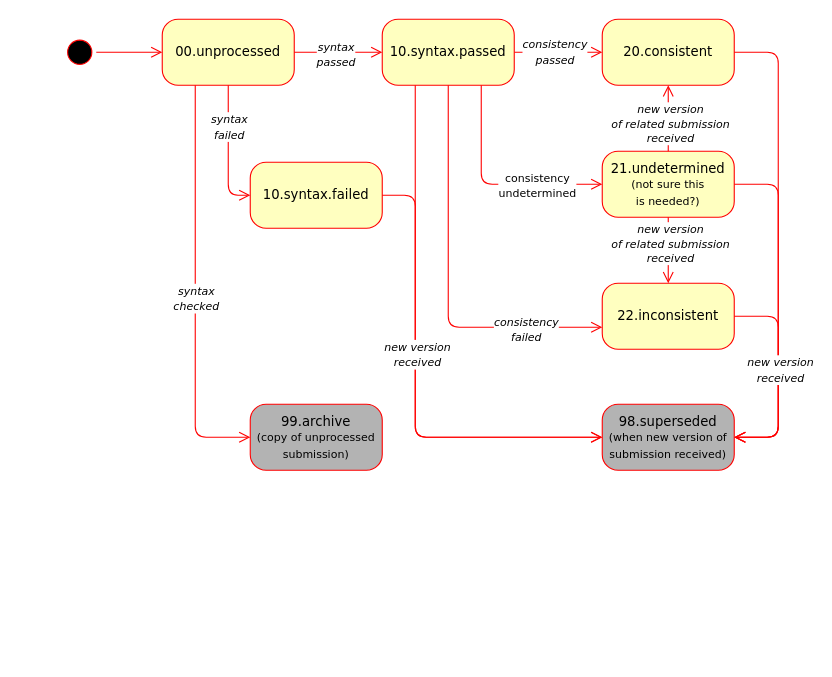
This is submission_statechart.drawio from frankcnng/consistency, a draw.io file, before an edit. Source tidied: cells renumbered, new cells numbered last; positions are measured from the earlier drawing's top-left corner, leaving out a move shared by most shapes. Both pictures are drawn from the tidied source at 110%, with x=0, y=0 at pixel (63, 19).
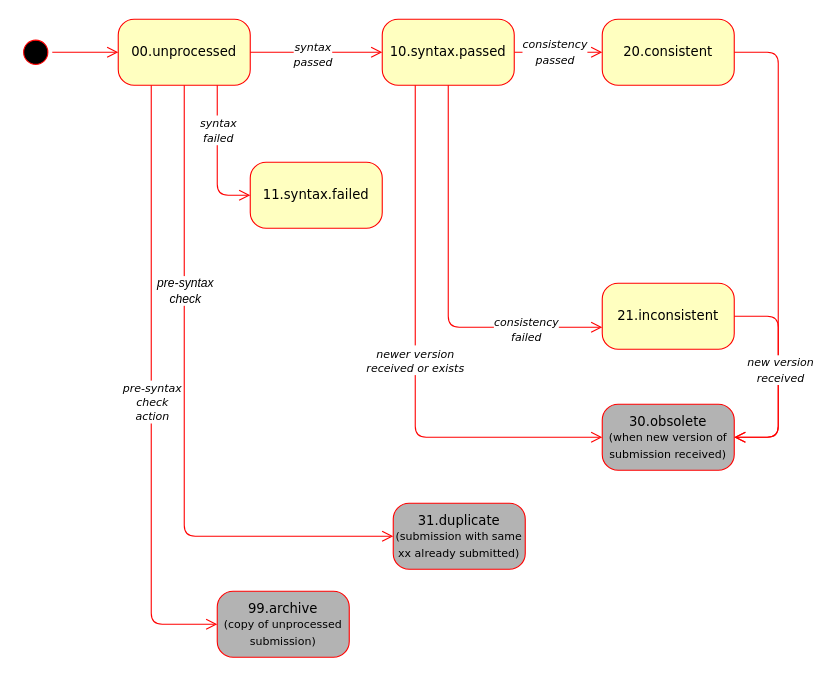
After the change.

The change refers to these unchanged cells:
```xml
<mxCell id="7" value="10.syntax.passed" style="rounded=1;whiteSpace=wrap;html=1;arcSize=24;fillColor=#ffffc0;strokeColor=#ff0000;shadow=0;comic=0;labelBackgroundColor=none;fontFamily=Verdana;fontSize=12;fontColor=#000000;align=center;" parent="1" vertex="1">
  <mxGeometry x="290" width="120" height="60" as="geometry" />
</mxCell>
<mxCell id="10" value="20.consistent" style="rounded=1;whiteSpace=wrap;html=1;arcSize=24;fillColor=#ffffc0;strokeColor=#ff0000;shadow=0;comic=0;labelBackgroundColor=none;fontFamily=Verdana;fontSize=12;fontColor=#000000;align=center;" parent="1" vertex="1">
  <mxGeometry x="490" width="120" height="60" as="geometry" />
</mxCell>
```

Diff of the diagram source:
```diff
@@
     <mxCell id="2" style="ellipse;html=1;shape=startState;fillColor=#000000;strokeColor=#ff0000;rounded=1;shadow=0;comic=0;labelBackgroundColor=none;fontFamily=Verdana;fontSize=12;fontColor=#000000;align=center;direction=south;" parent="1" vertex="1">
-      <mxGeometry y="15" width="30" height="30" as="geometry" />
+      <mxGeometry x="-40" y="15" width="30" height="30" as="geometry" />
     </mxCell>
-    <mxCell id="3" value="22.inconsistent" style="rounded=1;whiteSpace=wrap;html=1;arcSize=24;fillColor=#ffffc0;strokeColor=#ff0000;shadow=0;comic=0;labelBackgroundColor=none;fontFamily=Verdana;fontSize=12;fontColor=#000000;align=center;" parent="1" vertex="1">
+    <mxCell id="3" value="21.inconsistent" style="rounded=1;whiteSpace=wrap;html=1;arcSize=24;fillColor=#ffffc0;strokeColor=#ff0000;shadow=0;comic=0;labelBackgroundColor=none;fontFamily=Verdana;fontSize=12;fontColor=#000000;align=center;" parent="1" vertex="1">
       <mxGeometry x="490" y="240" width="120" height="60" as="geometry" />
     </mxCell>
     <mxCell id="4" value="00.unprocessed" style="rounded=1;whiteSpace=wrap;html=1;arcSize=24;fillColor=#ffffc0;strokeColor=#ff0000;shadow=0;comic=0;labelBackgroundColor=none;fontFamily=Verdana;fontSize=12;fontColor=#000000;align=center;" parent="1" vertex="1">
-      <mxGeometry x="90" width="120" height="60" as="geometry" />
+      <mxGeometry x="50" width="120" height="60" as="geometry" />
     </mxCell>
@@
-    <mxCell id="8" style="edgeStyle=elbowEdgeStyle;html=1;labelBackgroundColor=none;endArrow=open;endSize=8;strokeColor=#ff0000;fontFamily=Verdana;fontSize=12;align=left;entryX=0;entryY=0.5;entryDx=0;entryDy=0;" parent="1" edge="1" target="11">
-      <mxGeometry relative="1" as="geometry">
-        <mxPoint x="380" y="60" as="sourcePoint" />
-        <Array as="points">
-          <mxPoint x="380" y="150" />
-        </Array>
-      </mxGeometry>
-    </mxCell>
-    <mxCell id="9" value="&lt;font face=&quot;Verdana&quot; style=&quot;font-size: 10px;&quot;&gt;consistency&lt;/font&gt;&lt;div&gt;&lt;font face=&quot;Verdana&quot; style=&quot;font-size: 10px;&quot;&gt;undetermined&lt;/font&gt;&lt;/div&gt;" style="edgeLabel;html=1;align=center;verticalAlign=middle;" parent="8" vertex="1">
-      <mxGeometry x="0.2" relative="1" as="geometry">
-        <mxPoint x="20" as="offset" />
-      </mxGeometry>
-    </mxCell>
@@
-    <mxCell id="11" value="21.undetermined &lt;font style=&quot;font-size: 10px;&quot;&gt;(not sure this&lt;br&gt;is needed?)&lt;/font&gt;" style="rounded=1;whiteSpace=wrap;html=1;arcSize=24;fillColor=#ffffc0;strokeColor=#ff0000;shadow=0;comic=0;labelBackgroundColor=none;fontFamily=Verdana;fontSize=12;fontColor=#000000;align=center;" parent="1" vertex="1">
-      <mxGeometry x="490" y="120" width="120" height="60" as="geometry" />
-    </mxCell>
@@
-    <mxCell id="13" style="edgeStyle=orthogonalEdgeStyle;html=1;labelBackgroundColor=none;endArrow=open;endSize=8;strokeColor=#ff0000;fontFamily=Verdana;fontSize=12;align=left;entryX=0;entryY=0.5;" parent="1" edge="1" source="4" target="7">
-      <mxGeometry relative="1" as="geometry">
-        <Array as="points">
-          <mxPoint x="260" y="30" />
-          <mxPoint x="260" y="30" />
-        </Array>
-      </mxGeometry>
+    <mxCell id="13" style="edgeStyle=orthogonalEdgeStyle;html=1;labelBackgroundColor=none;endArrow=open;endSize=8;strokeColor=#ff0000;fontFamily=Verdana;fontSize=12;align=left;entryX=0;entryY=0.5;exitX=1;exitY=0.5;exitDx=0;exitDy=0;" parent="1" edge="1" source="4" target="7">
+      <mxGeometry relative="1" as="geometry" />
     </mxCell>
@@
-    <mxCell id="17" value="10.syntax.failed" style="rounded=1;whiteSpace=wrap;html=1;arcSize=24;fillColor=#ffffc0;strokeColor=#ff0000;shadow=0;comic=0;labelBackgroundColor=none;fontFamily=Verdana;fontSize=12;fontColor=#000000;align=center;" parent="1" vertex="1">
+    <mxCell id="17" value="11.syntax.failed" style="rounded=1;whiteSpace=wrap;html=1;arcSize=24;fillColor=#ffffc0;strokeColor=#ff0000;shadow=0;comic=0;labelBackgroundColor=none;fontFamily=Verdana;fontSize=12;fontColor=#000000;align=center;" parent="1" vertex="1">
       <mxGeometry x="170" y="130" width="120" height="60" as="geometry" />
     </mxCell>
-    <mxCell id="18" style="edgeStyle=orthogonalEdgeStyle;html=1;labelBackgroundColor=none;endArrow=open;endSize=8;strokeColor=#ff0000;fontFamily=Verdana;fontSize=12;align=left;" parent="1" edge="1" source="4" target="17">
+    <mxCell id="18" style="edgeStyle=orthogonalEdgeStyle;html=1;labelBackgroundColor=none;endArrow=open;endSize=8;strokeColor=#ff0000;fontFamily=Verdana;fontSize=12;align=left;exitX=0.75;exitY=1;exitDx=0;exitDy=0;" parent="1" edge="1" source="4" target="17">
       <mxGeometry relative="1" as="geometry">
         <Array as="points">
-          <mxPoint x="150" y="160" />
+          <mxPoint x="140" y="160" />
         </Array>
       </mxGeometry>
     </mxCell>
@@
     <mxCell id="20" value="&lt;font style=&quot;font-size: 12px;&quot;&gt;99.archive&lt;/font&gt;&lt;div&gt;&lt;font style=&quot;font-size: 10px;&quot;&gt;(copy of unprocessed submission)&lt;/font&gt;&lt;/div&gt;" style="rounded=1;whiteSpace=wrap;html=1;arcSize=24;fillColor=#B3B3B3;strokeColor=#ff0000;shadow=0;comic=0;labelBackgroundColor=none;fontFamily=Verdana;fontSize=12;fontColor=#000000;align=center;" parent="1" vertex="1">
-      <mxGeometry x="170" y="350" width="120" height="60" as="geometry" />
+      <mxGeometry x="140" y="520" width="120" height="60" as="geometry" />
     </mxCell>
-    <mxCell id="21" value="&lt;font style=&quot;font-size: 12px;&quot;&gt;98.superseded&lt;/font&gt;&lt;div&gt;&lt;font style=&quot;font-size: 10px;&quot;&gt;(when new version of submission received)&lt;/font&gt;&lt;/div&gt;" style="rounded=1;whiteSpace=wrap;html=1;arcSize=24;fillColor=#B3B3B3;strokeColor=#ff0000;shadow=0;comic=0;labelBackgroundColor=none;fontFamily=Verdana;fontSize=12;fontColor=#000000;align=center;" parent="1" vertex="1">
+    <mxCell id="21" value="&lt;font style=&quot;font-size: 12px;&quot;&gt;30.obsolete&lt;/font&gt;&lt;div&gt;&lt;font style=&quot;font-size: 10px;&quot;&gt;(when new version of submission received)&lt;/font&gt;&lt;/div&gt;" style="rounded=1;whiteSpace=wrap;html=1;arcSize=24;fillColor=#B3B3B3;strokeColor=#ff0000;shadow=0;comic=0;labelBackgroundColor=none;fontFamily=Verdana;fontSize=12;fontColor=#000000;align=center;" parent="1" vertex="1">
       <mxGeometry x="490" y="350" width="120" height="60" as="geometry" />
     </mxCell>
-    <mxCell id="22" style="edgeStyle=orthogonalEdgeStyle;html=1;labelBackgroundColor=none;endArrow=open;endSize=8;strokeColor=#ff0000;fontFamily=Verdana;fontSize=12;align=left;" parent="1" edge="1" source="7" target="21">
-      <mxGeometry relative="1" as="geometry">
+    <mxCell id="22" value="&lt;font face=&quot;Verdana&quot; style=&quot;forced-color-adjust: none; color: rgb(0, 0, 0); font-style: normal; font-variant-ligatures: normal; font-variant-caps: normal; font-weight: 400; letter-spacing: normal; orphans: 2; text-indent: 0px; text-transform: none; widows: 2; word-spacing: 0px; -webkit-text-stroke-width: 0px; white-space: nowrap; text-decoration-thickness: initial; text-decoration-style: initial; text-decoration-color: initial; font-size: 10px;&quot;&gt;&lt;i style=&quot;forced-color-adjust: none;&quot;&gt;newer version&lt;/i&gt;&lt;/font&gt;&lt;div style=&quot;forced-color-adjust: none; color: rgb(0, 0, 0); font-family: Helvetica; font-size: 11px; font-style: normal; font-variant-ligatures: normal; font-variant-caps: normal; font-weight: 400; letter-spacing: normal; orphans: 2; text-indent: 0px; text-transform: none; widows: 2; word-spacing: 0px; -webkit-text-stroke-width: 0px; white-space: nowrap; text-decoration-thickness: initial; text-decoration-style: initial; text-decoration-color: initial;&quot;&gt;&lt;font face=&quot;Verdana&quot; style=&quot;forced-color-adjust: none; font-size: 10px;&quot;&gt;&lt;i style=&quot;forced-color-adjust: none;&quot;&gt;received or exists&lt;/i&gt;&lt;/font&gt;&lt;/div&gt;" style="edgeStyle=orthogonalEdgeStyle;html=1;labelBackgroundColor=default;endArrow=open;endSize=8;strokeColor=#ff0000;fontFamily=Verdana;fontSize=12;align=center;" parent="1" edge="1" source="7" target="21">
+      <mxGeometry x="0.02" relative="1" as="geometry">
         <Array as="points">
           <mxPoint x="320" y="380" />
         </Array>
       </mxGeometry>
     </mxCell>
     <mxCell id="23" style="edgeStyle=orthogonalEdgeStyle;html=1;labelBackgroundColor=none;endArrow=open;endSize=8;strokeColor=#ff0000;fontFamily=Verdana;fontSize=12;align=center;exitX=0.25;exitY=1;exitDx=0;exitDy=0;entryX=0;entryY=0.5;entryDx=0;entryDy=0;" parent="1" edge="1" source="4" target="20">
       <mxGeometry x="-0.03" relative="1" as="geometry">
         <Array as="points">
-          <mxPoint x="120" y="380" />
+          <mxPoint x="80" y="550" />
         </Array>
       </mxGeometry>
     </mxCell>
-    <mxCell id="24" value="&lt;font style=&quot;font-size: 10px;&quot; face=&quot;Verdana&quot;&gt;&lt;i&gt;syntax&lt;/i&gt;&lt;/font&gt;&lt;div&gt;&lt;font face=&quot;Verdana&quot; style=&quot;font-size: 10px;&quot;&gt;&lt;i&gt;checked&lt;/i&gt;&lt;/font&gt;&lt;/div&gt;" style="edgeLabel;html=1;align=center;verticalAlign=middle;" parent="23" vertex="1">
+    <mxCell id="24" value="&lt;font style=&quot;font-size: 10px;&quot; face=&quot;Verdana&quot;&gt;&lt;i&gt;pre-syntax&lt;/i&gt;&lt;/font&gt;&lt;div&gt;&lt;font face=&quot;Verdana&quot; style=&quot;font-size: 10px;&quot;&gt;&lt;i&gt;check&lt;br&gt;action&lt;/i&gt;&lt;/font&gt;&lt;/div&gt;" style="edgeLabel;html=1;align=center;verticalAlign=middle;" parent="23" vertex="1">
       <mxGeometry x="0.04" relative="1" as="geometry">
         <mxPoint y="1" as="offset" />
       </mxGeometry>
     </mxCell>
@@
-    <mxCell id="26" style="edgeStyle=orthogonalEdgeStyle;html=1;labelBackgroundColor=none;endArrow=open;endSize=8;strokeColor=#ff0000;fontFamily=Verdana;fontSize=12;align=left;" parent="1" edge="1" source="11" target="21">
-      <mxGeometry relative="1" as="geometry">
-        <Array as="points">
-          <mxPoint x="650" y="150" />
-          <mxPoint x="650" y="380" />
-        </Array>
-      </mxGeometry>
-    </mxCell>
@@
-    <mxCell id="29" style="edgeStyle=orthogonalEdgeStyle;html=1;labelBackgroundColor=none;endArrow=open;endSize=8;strokeColor=#ff0000;fontFamily=Verdana;fontSize=12;align=left;" parent="1" edge="1" source="17" target="21">
-      <mxGeometry relative="1" as="geometry">
-        <Array as="points">
-          <mxPoint x="320" y="160" />
-          <mxPoint x="320" y="380" />
-        </Array>
-      </mxGeometry>
-    </mxCell>
-    <mxCell id="30" value="&lt;font style=&quot;font-size: 10px;&quot; face=&quot;Verdana&quot;&gt;&lt;i&gt;new version&lt;/i&gt;&lt;/font&gt;&lt;div&gt;&lt;font style=&quot;font-size: 10px;&quot; face=&quot;Verdana&quot;&gt;&lt;i style=&quot;&quot;&gt;received&lt;/i&gt;&lt;/font&gt;&lt;/div&gt;" style="edgeLabel;html=1;align=center;verticalAlign=middle;" parent="29" vertex="1">
-      <mxGeometry x="-0.17" y="1" relative="1" as="geometry" />
-    </mxCell>
-    <mxCell id="31" style="edgeStyle=orthogonalEdgeStyle;html=1;labelBackgroundColor=none;endArrow=open;endSize=8;strokeColor=#ff0000;fontFamily=Verdana;fontSize=12;align=left;" parent="1" edge="1" source="11" target="10">
-      <mxGeometry relative="1" as="geometry">
-        <Array as="points">
-          <mxPoint x="550" y="110" />
-          <mxPoint x="550" y="110" />
-        </Array>
-      </mxGeometry>
-    </mxCell>
-    <mxCell id="32" value="&lt;font face=&quot;Verdana&quot; style=&quot;font-size: 10px;&quot;&gt;&lt;i&gt;new version&lt;br&gt;of related submission&lt;br&gt;&lt;/i&gt;&lt;/font&gt;&lt;div&gt;&lt;font face=&quot;Verdana&quot; style=&quot;font-size: 10px;&quot;&gt;&lt;i&gt;received&lt;/i&gt;&lt;/font&gt;&lt;/div&gt;" style="edgeLabel;html=1;align=center;verticalAlign=middle;" parent="31" vertex="1">
-      <mxGeometry x="0.3" y="-2" relative="1" as="geometry">
-        <mxPoint x="-1" y="13" as="offset" />
-      </mxGeometry>
-    </mxCell>
-    <mxCell id="33" style="edgeStyle=orthogonalEdgeStyle;html=1;labelBackgroundColor=none;endArrow=open;endSize=8;strokeColor=#ff0000;fontFamily=Verdana;fontSize=12;align=left;exitX=0.5;exitY=1;exitDx=0;exitDy=0;entryX=0.5;entryY=0;entryDx=0;entryDy=0;" parent="1" edge="1" source="11" target="3">
-      <mxGeometry relative="1" as="geometry">
-        <Array as="points">
-          <mxPoint x="550" y="210" />
-          <mxPoint x="550" y="210" />
-        </Array>
-      </mxGeometry>
-    </mxCell>
-    <mxCell id="34" value="&lt;font face=&quot;Verdana&quot; style=&quot;font-size: 10px;&quot;&gt;&lt;i&gt;new version&lt;br&gt;of related submission&lt;br&gt;&lt;/i&gt;&lt;/font&gt;&lt;div&gt;&lt;font face=&quot;Verdana&quot; style=&quot;font-size: 10px;&quot;&gt;&lt;i&gt;received&lt;/i&gt;&lt;/font&gt;&lt;/div&gt;" style="edgeLabel;html=1;align=center;verticalAlign=middle;" parent="33" vertex="1">
-      <mxGeometry x="0.3" y="-2" relative="1" as="geometry">
-        <mxPoint x="3" y="-16" as="offset" />
-      </mxGeometry>
-    </mxCell>
+    <mxCell id="35" value="&lt;font style=&quot;font-size: 12px;&quot;&gt;31.duplicate&lt;/font&gt;&lt;div&gt;&lt;font style=&quot;font-size: 10px;&quot;&gt;(submission with same xx already submitted)&lt;/font&gt;&lt;/div&gt;" style="rounded=1;whiteSpace=wrap;html=1;arcSize=24;fillColor=#B3B3B3;strokeColor=#ff0000;shadow=0;comic=0;labelBackgroundColor=none;fontFamily=Verdana;fontSize=12;fontColor=#000000;align=center;" parent="1" vertex="1">
+      <mxGeometry x="300" y="440" width="120" height="60" as="geometry" />
+    </mxCell>
+    <mxCell id="36" style="edgeStyle=orthogonalEdgeStyle;html=1;labelBackgroundColor=none;endArrow=open;endSize=8;strokeColor=#ff0000;fontFamily=Verdana;fontSize=12;align=left;exitX=0.5;exitY=1;exitDx=0;exitDy=0;entryX=0;entryY=0.5;entryDx=0;entryDy=0;" parent="1" edge="1" source="4" target="35">
+      <mxGeometry relative="1" as="geometry">
+        <Array as="points">
+          <mxPoint x="110" y="470" />
+        </Array>
+      </mxGeometry>
+    </mxCell>
+    <mxCell id="37" value="&lt;i&gt;pre-syntax&lt;br&gt;check&lt;/i&gt;" style="edgeLabel;html=1;align=center;verticalAlign=middle;" parent="36" vertex="1">
+      <mxGeometry x="-0.38" relative="1" as="geometry" />
+    </mxCell>
```
